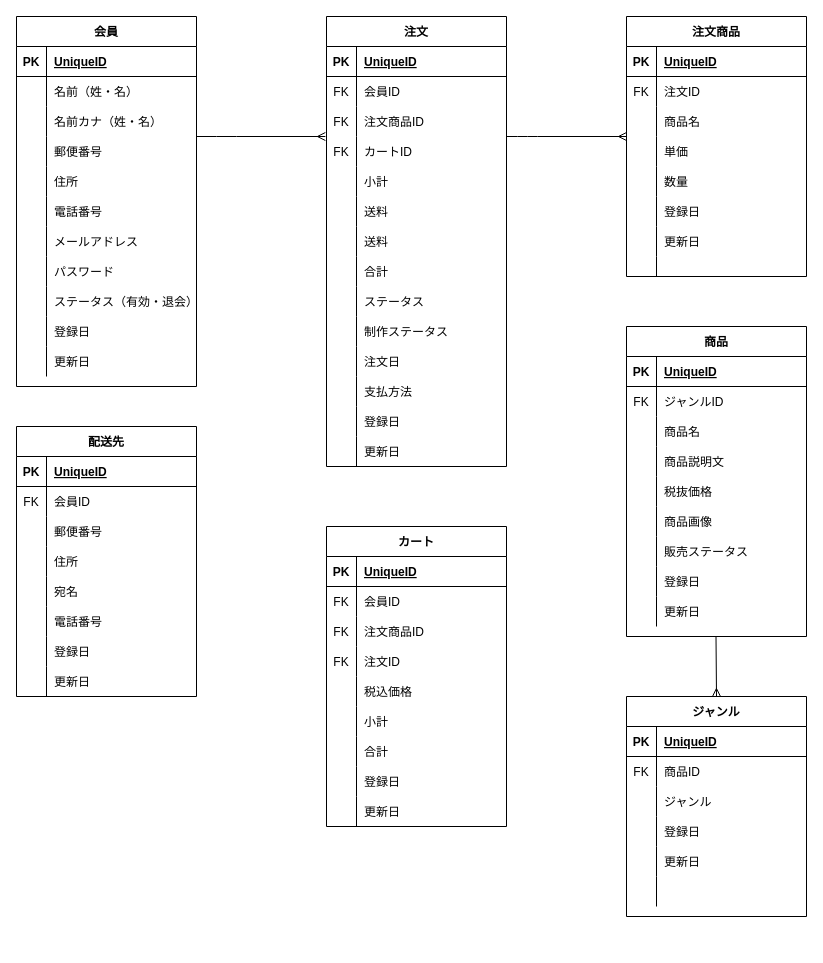
Earlier version of the draw.io diagram Untitled Diagram.drawio (YuNakazawa1244/git-practice). Source tidied: cells renumbered, new cells numbered last; positions are measured from the earlier drawing's top-left corner, leaving out a move shared by most shapes. Both pictures are drawn from the tidied source at 100%, with x=0, y=0 at pixel (16, 16).
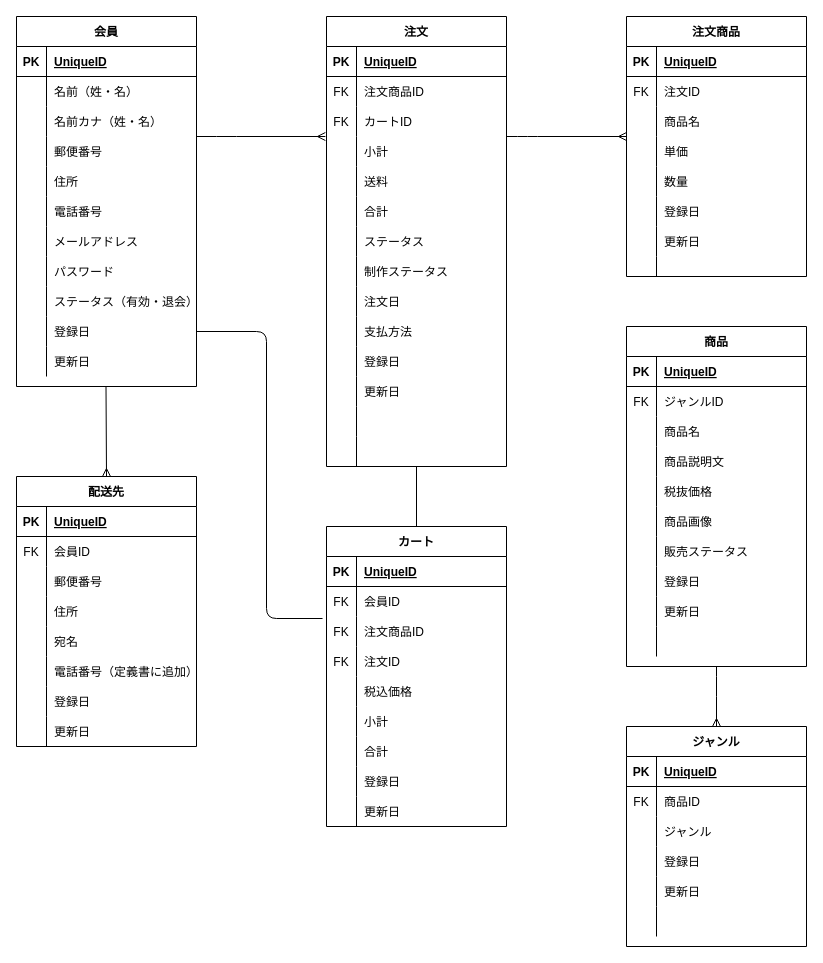
After the change.

Commit message (it also covers changes not shown here):
Untitled Diagram.drawio を更新します

Unchanged cells that the change refers to:
```xml
<mxCell id="30" style="shape=partialRectangle;fillColor=none;top=0;left=0;bottom=0;right=0;points=[[0,0.5],[1,0.5]];portConstraint=eastwest;" parent="2" vertex="1">
  <mxGeometry y="300" width="180" height="30" as="geometry" />
</mxCell>
<mxCell id="55" value="注文" style="shape=table;startSize=30;childLayout=tableLayout;rowLines=0;fontStyle=1;align=center;" parent="1" vertex="1">
  <mxGeometry x="310" width="180" height="450" as="geometry" />
</mxCell>
<mxCell id="142" style="shape=partialRectangle;fillColor=none;top=0;left=0;bottom=0;right=0;" parent="126" vertex="1">
  <mxGeometry y="180" width="180" height="30" as="geometry" />
</mxCell>
<mxCell id="176" value="カート" style="shape=table;startSize=30;childLayout=tableLayout;rowLines=0;fontStyle=1;align=center;" parent="1" vertex="1">
  <mxGeometry x="310" y="510" width="180" height="300" as="geometry" />
</mxCell>
<mxCell id="183" style="shape=partialRectangle;fillColor=none;top=0;left=0;bottom=0;right=0;points=[[0,0.5],[1,0.5]];portConstraint=eastwest;" parent="176" vertex="1">
  <mxGeometry y="90" width="180" height="30" as="geometry" />
</mxCell>
```

What changed in the source:
```diff
@@
     <mxCell id="36" value="ジャンル" style="shape=table;startSize=30;childLayout=tableLayout;rowLines=0;fontStyle=1;align=center;" parent="1" vertex="1">
-      <mxGeometry x="610" y="680" width="180" height="220" as="geometry" />
+      <mxGeometry x="610" y="710" width="180" height="220" as="geometry" />
     </mxCell>
@@
-    <mxCell id="59" style="shape=partialRectangle;fillColor=none;top=0;left=0;bottom=0;right=0;" parent="55" vertex="1">
-      <mxGeometry y="60" width="180" height="30" as="geometry" />
-    </mxCell>
-    <mxCell id="60" value="FK" style="shape=partialRectangle;fillColor=none;top=0;left=0;bottom=0;right=0;fontStyle=0;overflow=hidden;" parent="59" vertex="1">
-      <mxGeometry width="30" height="30" as="geometry" />
-    </mxCell>
-    <mxCell id="61" value="会員ID" style="shape=partialRectangle;fillColor=none;top=0;left=0;bottom=0;right=0;align=left;spacingLeft=6;fontStyle=0;overflow=hidden;" parent="59" vertex="1">
-      <mxGeometry x="30" width="150" height="30" as="geometry" />
-    </mxCell>
     <mxCell id="62" style="shape=partialRectangle;fillColor=none;top=0;left=0;bottom=0;right=0;" parent="55" vertex="1">
-      <mxGeometry y="90" width="180" height="30" as="geometry" />
+      <mxGeometry y="60" width="180" height="30" as="geometry" />
     </mxCell>
@@
     <mxCell id="65" style="shape=partialRectangle;fillColor=none;top=0;left=0;bottom=0;right=0;" parent="55" vertex="1">
-      <mxGeometry y="120" width="180" height="30" as="geometry" />
+      <mxGeometry y="90" width="180" height="30" as="geometry" />
     </mxCell>
@@
     <mxCell id="68" style="shape=partialRectangle;fillColor=none;top=0;left=0;bottom=0;right=0;" parent="55" vertex="1">
-      <mxGeometry y="150" width="180" height="30" as="geometry" />
+      <mxGeometry y="120" width="180" height="30" as="geometry" />
     </mxCell>
@@
     <mxCell id="71" style="shape=partialRectangle;fillColor=none;top=0;left=0;bottom=0;right=0;" parent="55" vertex="1">
-      <mxGeometry y="180" width="180" height="30" as="geometry" />
+      <mxGeometry y="150" width="180" height="30" as="geometry" />
     </mxCell>
@@
-    <mxCell id="74" style="shape=partialRectangle;fillColor=none;top=0;left=0;bottom=0;right=0;" parent="55" vertex="1">
-      <mxGeometry y="210" width="180" height="30" as="geometry" />
-    </mxCell>
-    <mxCell id="75" style="shape=partialRectangle;fillColor=none;top=0;left=0;bottom=0;right=0;overflow=hidden;" parent="74" vertex="1">
-      <mxGeometry width="30" height="30" as="geometry" />
-    </mxCell>
-    <mxCell id="76" value="送料" style="shape=partialRectangle;fillColor=none;top=0;left=0;bottom=0;right=0;align=left;spacingLeft=6;overflow=hidden;" parent="74" vertex="1">
-      <mxGeometry x="30" width="150" height="30" as="geometry" />
-    </mxCell>
     <mxCell id="77" style="shape=partialRectangle;fillColor=none;top=0;left=0;bottom=0;right=0;" parent="55" vertex="1">
-      <mxGeometry y="240" width="180" height="30" as="geometry" />
+      <mxGeometry y="180" width="180" height="30" as="geometry" />
     </mxCell>
@@
     <mxCell id="80" style="shape=partialRectangle;fillColor=none;top=0;left=0;bottom=0;right=0;" parent="55" vertex="1">
-      <mxGeometry y="270" width="180" height="30" as="geometry" />
+      <mxGeometry y="210" width="180" height="30" as="geometry" />
     </mxCell>
@@
     <mxCell id="83" style="shape=partialRectangle;fillColor=none;top=0;left=0;bottom=0;right=0;" parent="55" vertex="1">
-      <mxGeometry y="300" width="180" height="30" as="geometry" />
+      <mxGeometry y="240" width="180" height="30" as="geometry" />
     </mxCell>
@@
     <mxCell id="86" style="shape=partialRectangle;fillColor=none;top=0;left=0;bottom=0;right=0;" parent="55" vertex="1">
-      <mxGeometry y="330" width="180" height="30" as="geometry" />
+      <mxGeometry y="270" width="180" height="30" as="geometry" />
     </mxCell>
@@
     <mxCell id="89" style="shape=partialRectangle;fillColor=none;top=0;left=0;bottom=0;right=0;" parent="55" vertex="1">
-      <mxGeometry y="360" width="180" height="30" as="geometry" />
+      <mxGeometry y="300" width="180" height="30" as="geometry" />
     </mxCell>
@@
     <mxCell id="92" style="shape=partialRectangle;fillColor=none;top=0;left=0;bottom=0;right=0;" parent="55" vertex="1">
-      <mxGeometry y="390" width="180" height="30" as="geometry" />
+      <mxGeometry y="330" width="180" height="30" as="geometry" />
     </mxCell>
@@
     <mxCell id="95" style="shape=partialRectangle;fillColor=none;top=0;left=0;bottom=0;right=0;" parent="55" vertex="1">
-      <mxGeometry y="420" width="180" height="30" as="geometry" />
+      <mxGeometry y="360" width="180" height="30" as="geometry" />
     </mxCell>
@@
+    <mxCell id="74" style="shape=partialRectangle;fillColor=none;top=0;left=0;bottom=0;right=0;" parent="55" vertex="1">
+      <mxGeometry y="390" width="180" height="30" as="geometry" />
+    </mxCell>
+    <mxCell id="75" style="shape=partialRectangle;fillColor=none;top=0;left=0;bottom=0;right=0;overflow=hidden;" parent="74" vertex="1">
+      <mxGeometry width="30" height="30" as="geometry" />
+    </mxCell>
+    <mxCell id="76" style="shape=partialRectangle;fillColor=none;top=0;left=0;bottom=0;right=0;align=left;spacingLeft=6;overflow=hidden;" parent="74" vertex="1">
+      <mxGeometry x="30" width="150" height="30" as="geometry" />
+    </mxCell>
+    <mxCell id="59" style="shape=partialRectangle;fillColor=none;top=0;left=0;bottom=0;right=0;" parent="55" vertex="1">
+      <mxGeometry y="420" width="180" height="30" as="geometry" />
+    </mxCell>
+    <mxCell id="60" style="shape=partialRectangle;fillColor=none;top=0;left=0;bottom=0;right=0;fontStyle=0;overflow=hidden;" parent="59" vertex="1">
+      <mxGeometry width="30" height="30" as="geometry" />
+    </mxCell>
+    <mxCell id="61" style="shape=partialRectangle;fillColor=none;top=0;left=0;bottom=0;right=0;align=left;spacingLeft=6;fontStyle=0;overflow=hidden;" parent="59" vertex="1">
+      <mxGeometry x="30" width="150" height="30" as="geometry" />
+    </mxCell>
     <mxCell id="98" value="商品" style="shape=table;startSize=30;childLayout=tableLayout;rowLines=0;fontStyle=1;align=center;" parent="1" vertex="1">
-      <mxGeometry x="610" y="310" width="180" height="310" as="geometry" />
+      <mxGeometry x="610" y="310" width="180" height="340" as="geometry" />
     </mxCell>
@@
-    <mxCell id="102" style="shape=partialRectangle;fillColor=none;top=0;left=0;bottom=0;right=0;" parent="98" vertex="1">
-      <mxGeometry y="60" width="180" height="30" as="geometry" />
-    </mxCell>
-    <mxCell id="103" value="FK" style="shape=partialRectangle;fillColor=none;top=0;left=0;bottom=0;right=0;fontStyle=0;overflow=hidden;" parent="102" vertex="1">
-      <mxGeometry width="30" height="30" as="geometry" />
-    </mxCell>
-    <mxCell id="104" value="ジャンルID" style="shape=partialRectangle;fillColor=none;top=0;left=0;bottom=0;right=0;align=left;spacingLeft=6;fontStyle=0;overflow=hidden;" parent="102" vertex="1">
-      <mxGeometry x="30" width="150" height="30" as="geometry" />
-    </mxCell>
+    <mxCell id="207" style="shape=partialRectangle;fillColor=none;top=0;left=0;bottom=0;right=0;" parent="98" vertex="1">
+      <mxGeometry y="60" width="180" height="30" as="geometry" />
+    </mxCell>
+    <mxCell id="208" value="FK" style="shape=partialRectangle;fillColor=none;top=0;left=0;bottom=0;right=0;fontStyle=0;overflow=hidden;" parent="207" vertex="1">
+      <mxGeometry width="30" height="30" as="geometry" />
+    </mxCell>
+    <mxCell id="209" value="ジャンルID" style="shape=partialRectangle;fillColor=none;top=0;left=0;bottom=0;right=0;align=left;spacingLeft=6;fontStyle=0;overflow=hidden;" parent="207" vertex="1">
+      <mxGeometry x="30" width="150" height="30" as="geometry" />
+    </mxCell>
@@
+    <mxCell id="102" style="shape=partialRectangle;fillColor=none;top=0;left=0;bottom=0;right=0;" parent="98" vertex="1">
+      <mxGeometry y="300" width="180" height="30" as="geometry" />
+    </mxCell>
+    <mxCell id="103" style="shape=partialRectangle;fillColor=none;top=0;left=0;bottom=0;right=0;fontStyle=0;overflow=hidden;" parent="102" vertex="1">
+      <mxGeometry width="30" height="30" as="geometry" />
+    </mxCell>
+    <mxCell id="104" style="shape=partialRectangle;fillColor=none;top=0;left=0;bottom=0;right=0;align=left;spacingLeft=6;fontStyle=0;overflow=hidden;" parent="102" vertex="1">
+      <mxGeometry x="30" width="150" height="30" as="geometry" />
+    </mxCell>
     <mxCell id="126" value="配送先" style="shape=table;startSize=30;childLayout=tableLayout;rowLines=0;fontStyle=1;align=center;" parent="1" vertex="1">
-      <mxGeometry y="410" width="180" height="270" as="geometry" />
+      <mxGeometry y="460" width="180" height="270" as="geometry" />
     </mxCell>
@@
-    <mxCell id="144" value="電話番号" style="shape=partialRectangle;fillColor=none;top=0;left=0;bottom=0;right=0;align=left;spacingLeft=6;overflow=hidden;" parent="142" vertex="1">
+    <mxCell id="144" value="電話番号（定義書に追加）" style="shape=partialRectangle;fillColor=none;top=0;left=0;bottom=0;right=0;align=left;spacingLeft=6;overflow=hidden;" parent="142" vertex="1">
       <mxGeometry x="30" width="150" height="30" as="geometry" />
     </mxCell>
@@
     <mxCell id="206" style="endArrow=ERmany;html=1;endFill=0;entryX=0.5;entryY=0;entryDx=0;entryDy=0;" parent="1" edge="1" target="36">
       <mxGeometry relative="1" as="geometry">
-        <mxPoint x="699.5" y="620" as="sourcePoint" />
+        <mxPoint x="700" y="650" as="sourcePoint" />
         <Array as="points">
-          <mxPoint x="699.6" y="620" />
+          <mxPoint x="700" y="670" />
         </Array>
       </mxGeometry>
     </mxCell>
+    <mxCell id="210" style="endArrow=none;html=1;exitX=0.5;exitY=0;exitDx=0;exitDy=0;" parent="1" edge="1" source="176">
+      <mxGeometry relative="1" as="geometry">
+        <mxPoint x="400" y="450" as="targetPoint" />
+      </mxGeometry>
+    </mxCell>
+    <mxCell id="211" style="endArrow=none;html=1;exitX=0.5;exitY=0;exitDx=0;exitDy=0;entryX=0.5;entryY=1.033;entryDx=0;entryDy=0;entryPerimeter=0;startArrow=ERmany;startFill=0;" parent="1" edge="1" source="126">
+      <mxGeometry relative="1" as="geometry">
+        <mxPoint x="89.5" y="370" as="targetPoint" />
+      </mxGeometry>
+    </mxCell>
+    <mxCell id="212" style="endArrow=none;html=1;exitX=1;exitY=0.5;exitDx=0;exitDy=0;entryX=-0.022;entryY=0.067;entryDx=0;entryDy=0;entryPerimeter=0;" parent="1" edge="1" source="30" target="183">
+      <mxGeometry relative="1" as="geometry">
+        <Array as="points">
+          <mxPoint x="250" y="315" />
+          <mxPoint x="250" y="602" />
+        </Array>
+      </mxGeometry>
+    </mxCell>
```
